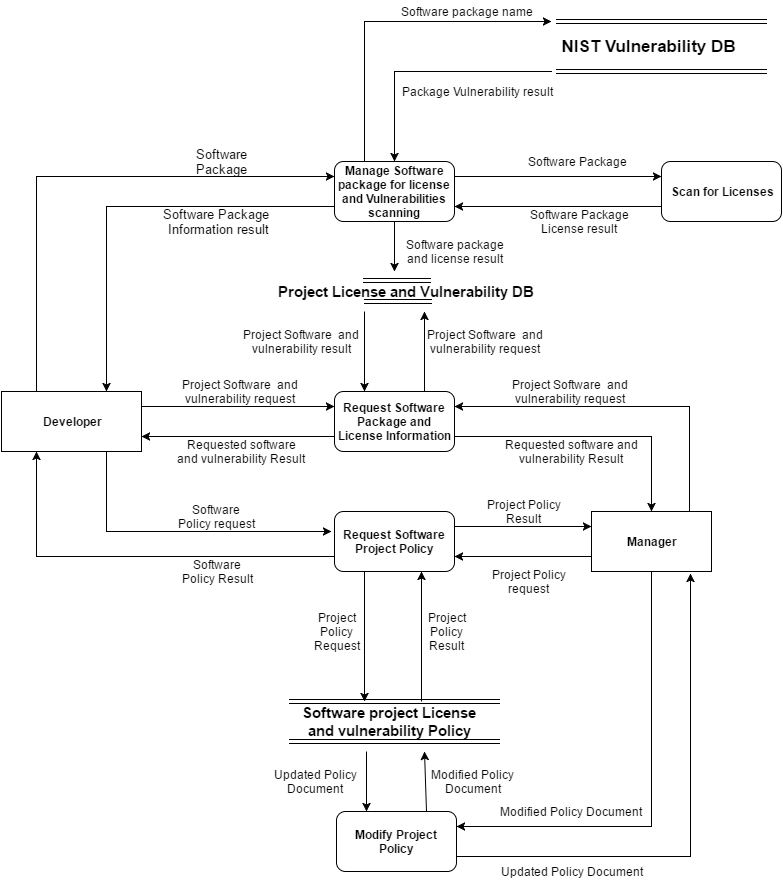
Before: DFD.png, a diagram exported from draw.io (Sindre-s/MIADW). Source tidied: cells renumbered, new cells last; positions are measured from the earlier drawing's top-left corner, leaving out a move shared by most shapes.
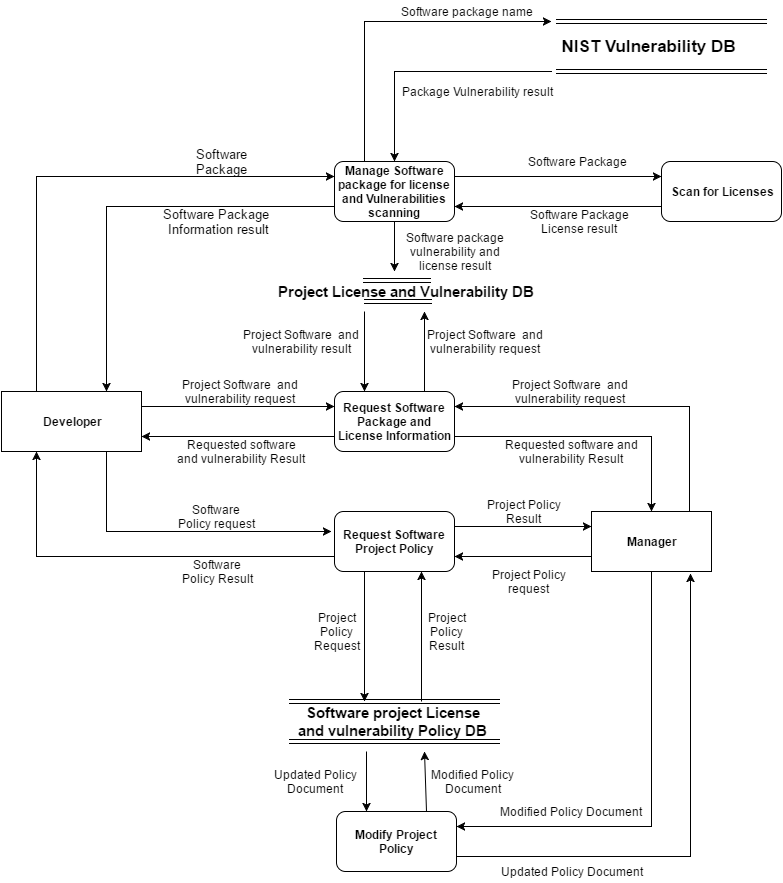
After the commit.

The edit, as a diff of the source:
```diff
@@ -127,7 +127,7 @@
     <mxCell id="28" value="Project Software &amp;nbsp;and vulnerability result" style="text;html=1;strokeColor=none;fillColor=none;align=center;verticalAlign=middle;whiteSpace=wrap;rotation=0;" parent="1" vertex="1">
       <mxGeometry x="239" y="330" width="122" height="20" as="geometry" />
     </mxCell>
-    <mxCell id="29" value="Software package and license result" style="text;html=1;strokeColor=none;fillColor=none;align=center;verticalAlign=middle;whiteSpace=wrap;rotation=0;" parent="1" vertex="1">
+    <mxCell id="29" value="Software package vulnerability and license result" style="text;html=1;strokeColor=none;fillColor=none;align=center;verticalAlign=middle;whiteSpace=wrap;rotation=0;" parent="1" vertex="1">
       <mxGeometry x="397" y="240" width="113" height="20" as="geometry" />
     </mxCell>
     <mxCell id="30" value="&lt;font style=&quot;font-size: 13px&quot;&gt;Software Package &amp;nbsp;Information result&lt;/font&gt;" style="text;html=1;strokeColor=none;fillColor=none;align=center;verticalAlign=middle;whiteSpace=wrap;" parent="1" vertex="1">
@@ -258,8 +258,8 @@
         </Array>
       </mxGeometry>
     </mxCell>
-    <mxCell id="61" value="&lt;b&gt;&lt;font style=&quot;font-size: 15px&quot;&gt;Software project License and vulnerability Policy&lt;/font&gt;&lt;/b&gt;" style="text;html=1;strokeColor=none;fillColor=none;align=center;verticalAlign=middle;whiteSpace=wrap;" parent="1" vertex="1">
-      <mxGeometry x="293" y="710" width="190" height="20" as="geometry" />
+    <mxCell id="61" value="&lt;b&gt;&lt;font style=&quot;font-size: 15px&quot;&gt;Software project License and vulnerability Policy DB&lt;/font&gt;&lt;/b&gt;" style="text;html=1;strokeColor=none;fillColor=none;align=center;verticalAlign=middle;whiteSpace=wrap;" parent="1" vertex="1">
+      <mxGeometry x="293" y="710" width="197" height="20" as="geometry" />
     </mxCell>
     <mxCell id="62" style="endArrow=classic;html=1;strokeColor=#000000;" parent="1" edge="1">
       <mxGeometry relative="1" as="geometry">
```
